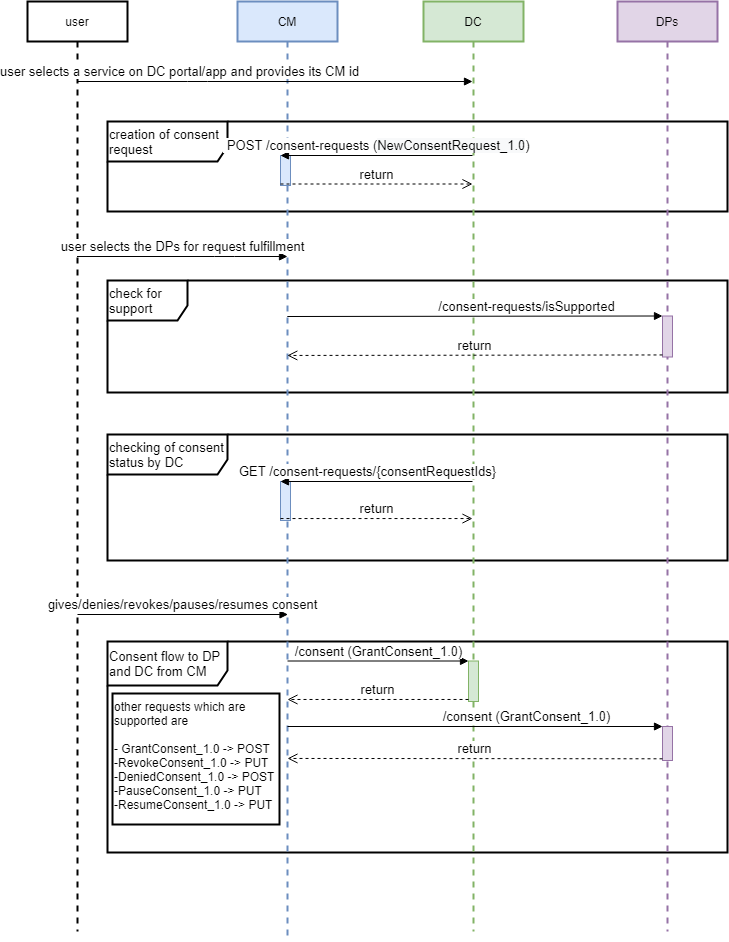
iSPIRT/DEPA keeps this draw.io diagram as seqDiagram/consentFlow.png. Above is the earlier version. Source tidied: cells renumbered, new cells last; positions are measured from the earlier drawing's top-left corner, leaving out a move shared by most shapes.
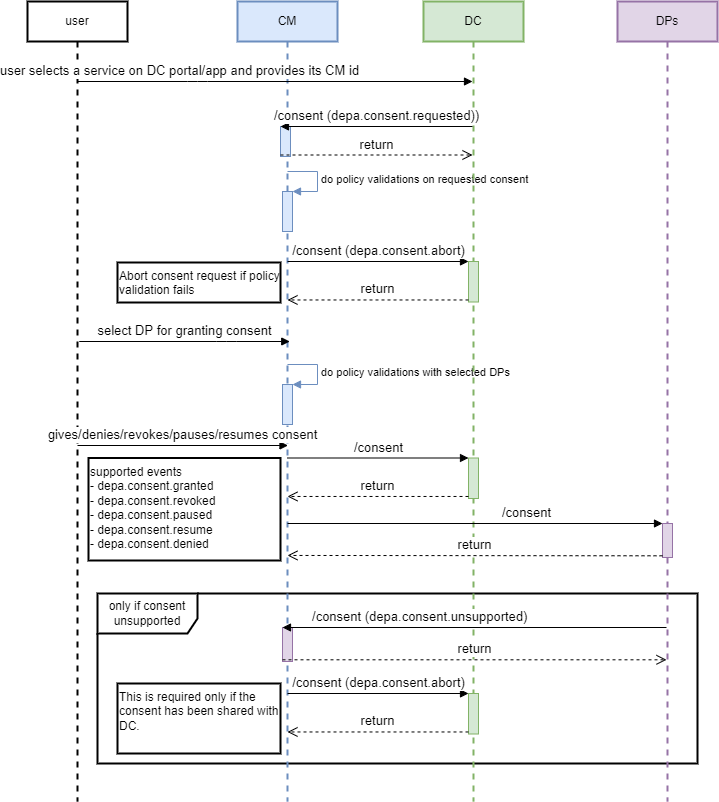
The same diagram one commit later.

Diff of the diagram source:
```diff
@@ -1,28 +1,41 @@
-<mxGraphModel>
+<mxGraphModel background="#FFFFFF">
   <root>
     <mxCell id="0" />
     <mxCell id="1" parent="0" />
-    <mxCell id="2" value="creation of consent request" style="shape=umlFrame;whiteSpace=wrap;html=1;strokeColor=#000000;strokeWidth=2;fontSize=13;align=left;width=120;height=40;" parent="1" vertex="1">
-      <mxGeometry x="80" y="120" width="620" height="90" as="geometry" />
-    </mxCell>
-    <mxCell id="3" value="checking of consent status by DC" style="shape=umlFrame;whiteSpace=wrap;html=1;strokeColor=#000000;strokeWidth=2;fontSize=13;align=left;width=120;height=40;" parent="1" vertex="1">
-      <mxGeometry x="80" y="433" width="620" height="126" as="geometry" />
-    </mxCell>
-    <mxCell id="4" value="Consent flow to DP and DC from CM" style="shape=umlFrame;whiteSpace=wrap;html=1;strokeColor=#000000;strokeWidth=2;fontSize=13;align=left;width=120;height=44;" parent="1" vertex="1">
-      <mxGeometry x="80" y="640" width="620" height="211" as="geometry" />
-    </mxCell>
-    <mxCell id="5" value="check for support" style="shape=umlFrame;whiteSpace=wrap;html=1;strokeColor=#000000;strokeWidth=2;fontSize=13;align=left;width=80;height=40;" parent="1" vertex="1">
-      <mxGeometry x="80" y="279" width="620" height="112" as="geometry" />
-    </mxCell>
+    <mxCell id="29" value="only if consent unsupported" style="shape=umlFrame;whiteSpace=wrap;html=1;width=100;height=40;strokeWidth=2;" parent="1" vertex="1">
+      <mxGeometry x="70" y="592" width="600" height="170" as="geometry" />
+    </mxCell>
     <mxCell id="6" value="user" style="shape=umlLifeline;perimeter=lifelinePerimeter;whiteSpace=wrap;html=1;strokeWidth=2;" parent="1" vertex="1">
-      <mxGeometry width="100" height="930" as="geometry" />
+      <mxGeometry width="100" height="800" as="geometry" />
     </mxCell>
     <mxCell id="7" value="CM" style="shape=umlLifeline;perimeter=lifelinePerimeter;whiteSpace=wrap;html=1;fillColor=#dae8fc;strokeColor=#6c8ebf;strokeWidth=2;" parent="1" vertex="1">
-      <mxGeometry x="210" width="100" height="940" as="geometry" />
+      <mxGeometry x="210" width="100" height="800" as="geometry" />
     </mxCell>
-    <mxCell id="8" style="html=1;points=[];perimeter=orthogonalPerimeter;fillColor=#dae8fc;strokeColor=#6c8ebf;fontSize=13;" parent="7" vertex="1">
-      <mxGeometry x="43" y="480" width="10" height="39" as="geometry" />
-    </mxCell>
+    <mxCell id="30" style="html=1;points=[];perimeter=orthogonalPerimeter;fillColor=#e1d5e7;strokeColor=#9673a6;fontSize=13;" parent="7" vertex="1">
+      <mxGeometry x="45" y="626" width="10" height="34" as="geometry" />
+    </mxCell>
+    <mxCell id="31" style="html=1;points=[];perimeter=orthogonalPerimeter;fillColor=#dae8fc;strokeColor=#6c8ebf;" parent="7" vertex="1">
+      <mxGeometry x="45" y="190" width="10" height="40" as="geometry" />
+    </mxCell>
+    <mxCell id="32" value="do policy validations on requested consent" style="edgeStyle=orthogonalEdgeStyle;html=1;align=left;spacingLeft=2;endArrow=block;rounded=0;entryX=1;entryY=0;fillColor=#dae8fc;strokeColor=#6c8ebf;" parent="7" edge="1" target="31">
+      <mxGeometry relative="1" as="geometry">
+        <mxPoint x="50" y="170" as="sourcePoint" />
+        <Array as="points">
+          <mxPoint x="80" y="170" />
+        </Array>
+      </mxGeometry>
+    </mxCell>
+    <mxCell id="33" style="html=1;points=[];perimeter=orthogonalPerimeter;fillColor=#dae8fc;strokeColor=#6c8ebf;" parent="7" vertex="1">
+      <mxGeometry x="45" y="383" width="10" height="40" as="geometry" />
+    </mxCell>
+    <mxCell id="34" value="do policy validations with selected DPs" style="edgeStyle=orthogonalEdgeStyle;html=1;align=left;spacingLeft=2;endArrow=block;rounded=0;entryX=1;entryY=0;fillColor=#dae8fc;strokeColor=#6c8ebf;" parent="7" edge="1" target="33">
+      <mxGeometry relative="1" as="geometry">
+        <mxPoint x="50" y="363" as="sourcePoint" />
+        <Array as="points">
+          <mxPoint x="80" y="363" />
+        </Array>
+      </mxGeometry>
+    </mxCell>
     <mxCell id="9" value="user selects a service on DC portal/app and provides its CM id" style="html=1;verticalAlign=bottom;endArrow=block;fontSize=13;" parent="1" edge="1">
       <mxGeometry x="-0.49" relative="1" as="geometry">
         <mxPoint x="49.8" y="80" as="sourcePoint" />
@@ -33,93 +46,112 @@
       </mxGeometry>
     </mxCell>
     <mxCell id="10" value="DC" style="shape=umlLifeline;perimeter=lifelinePerimeter;whiteSpace=wrap;html=1;fillColor=#d5e8d4;strokeColor=#82b366;strokeWidth=2;" parent="1" vertex="1">
-      <mxGeometry x="396" width="100" height="930" as="geometry" />
+      <mxGeometry x="396" width="100" height="800" as="geometry" />
     </mxCell>
-    <mxCell id="11" value="user selects the DPs for request fulfillment" style="html=1;verticalAlign=bottom;endArrow=block;fontSize=13;" parent="1" edge="1">
-      <mxGeometry relative="1" as="geometry">
-        <mxPoint x="49.5" y="255" as="sourcePoint" />
-        <mxPoint x="260" y="255" as="targetPoint" />
-        <Array as="points">
-          <mxPoint x="197" y="255" />
-        </Array>
-      </mxGeometry>
-    </mxCell>
     <mxCell id="12" value="DPs" style="shape=umlLifeline;perimeter=lifelinePerimeter;whiteSpace=wrap;html=1;fillColor=#e1d5e7;strokeColor=#9673a6;strokeWidth=2;" parent="1" vertex="1">
-      <mxGeometry x="590" width="100" height="930" as="geometry" />
+      <mxGeometry x="590" width="100" height="800" as="geometry" />
     </mxCell>
     <mxCell id="13" style="html=1;points=[];perimeter=orthogonalPerimeter;fillColor=#e1d5e7;strokeColor=#9673a6;fontSize=13;" parent="12" vertex="1">
-      <mxGeometry x="45" y="725" width="10" height="34" as="geometry" />
+      <mxGeometry x="45" y="522" width="10" height="34" as="geometry" />
     </mxCell>
     <mxCell id="14" value="gives/denies/revokes/pauses/resumes consent" style="html=1;verticalAlign=bottom;endArrow=block;fontSize=13;" parent="1" edge="1">
       <mxGeometry relative="1" as="geometry">
-        <mxPoint x="50" y="613" as="sourcePoint" />
-        <mxPoint x="260.5" y="613" as="targetPoint" />
+        <mxPoint x="50" y="444" as="sourcePoint" />
+        <mxPoint x="260.5" y="444" as="targetPoint" />
         <Array as="points">
-          <mxPoint x="197.5" y="613" />
+          <mxPoint x="197.5" y="444" />
         </Array>
       </mxGeometry>
     </mxCell>
-    <mxCell id="15" value="other requests which are supported are&lt;br style=&quot;font-size: 12px;&quot;&gt;&lt;br style=&quot;font-size: 12px;&quot;&gt;- GrantConsent_1.0 -&amp;gt; POST&lt;br style=&quot;font-size: 12px;&quot;&gt;-RevokeConsent_1.0 -&amp;gt; PUT&lt;br style=&quot;font-size: 12px;&quot;&gt;-DeniedConsent_1.0 -&amp;gt; POST&lt;br style=&quot;font-size: 12px;&quot;&gt;-PauseConsent_1.0 -&amp;gt; PUT&lt;br style=&quot;font-size: 12px;&quot;&gt;-ResumeConsent_1.0 -&amp;gt; PUT" style="text;html=1;fillColor=none;align=left;verticalAlign=top;whiteSpace=wrap;rounded=0;strokeWidth=2;strokeColor=#000000;fontSize=12;" parent="1" vertex="1">
-      <mxGeometry x="85" y="692" width="167" height="131" as="geometry" />
+    <mxCell id="15" value="supported events&lt;br style=&quot;font-size: 12px&quot;&gt;- depa.consent.granted&lt;br style=&quot;font-size: 12px&quot;&gt;- depa.consent.revoked&lt;br style=&quot;font-size: 12px&quot;&gt;- depa.consent.paused&lt;br style=&quot;font-size: 12px&quot;&gt;- depa.consent.resume&lt;br style=&quot;font-size: 12px&quot;&gt;- depa.consent.denied" style="text;html=1;fillColor=none;align=left;verticalAlign=top;whiteSpace=wrap;rounded=0;strokeWidth=2;strokeColor=#000000;fontSize=12;" parent="1" vertex="1">
+      <mxGeometry x="61" y="456.5" width="192" height="102.5" as="geometry" />
     </mxCell>
     <mxCell id="16" style="html=1;points=[];perimeter=orthogonalPerimeter;fillColor=#dae8fc;strokeColor=#6c8ebf;fontSize=13;" parent="1" vertex="1">
-      <mxGeometry x="253" y="154" width="10" height="30" as="geometry" />
+      <mxGeometry x="253" y="125" width="10" height="30" as="geometry" />
     </mxCell>
-    <mxCell id="17" value="&lt;span style=&quot;font-size: 13px;&quot;&gt;&amp;nbsp;POST /consent-requests (&lt;/span&gt;&lt;span style=&quot;font-size: 13px; text-align: left; background-color: rgb(248, 249, 250);&quot;&gt;NewConsentRequest_1.0&lt;/span&gt;&lt;span style=&quot;font-size: 13px;&quot;&gt;)&lt;/span&gt;" style="html=1;verticalAlign=bottom;endArrow=block;entryX=0;entryY=0;fontSize=13;" parent="1" edge="1" target="16">
+    <mxCell id="17" value="&lt;span style=&quot;font-size: 13px&quot;&gt;/consent (depa.consent.requested))&lt;/span&gt;" style="html=1;verticalAlign=bottom;endArrow=block;entryX=0;entryY=0;fontSize=13;" parent="1" edge="1" target="16">
       <mxGeometry relative="1" as="geometry">
-        <mxPoint x="445" y="154" as="sourcePoint" />
+        <mxPoint x="445" y="125" as="sourcePoint" />
       </mxGeometry>
     </mxCell>
     <mxCell id="18" value="return" style="html=1;verticalAlign=bottom;endArrow=open;dashed=1;endSize=8;exitX=0;exitY=0.95;fontSize=13;" parent="1" edge="1" source="16">
       <mxGeometry relative="1" as="geometry">
-        <mxPoint x="445" y="182.5" as="targetPoint" />
+        <mxPoint x="445" y="153.5" as="targetPoint" />
       </mxGeometry>
     </mxCell>
-    <mxCell id="19" style="html=1;points=[];perimeter=orthogonalPerimeter;fillColor=#e1d5e7;strokeColor=#9673a6;fontSize=13;" parent="1" vertex="1">
-      <mxGeometry x="635" y="314.5" width="10" height="41" as="geometry" />
-    </mxCell>
-    <mxCell id="20" value="&lt;span style=&quot;font-size: 13px;&quot;&gt;/consent-requests/isSupported&lt;/span&gt;" style="html=1;verticalAlign=bottom;endArrow=block;entryX=0;entryY=0;fontSize=13;" parent="1" edge="1" target="19">
-      <mxGeometry x="0.27" relative="1" as="geometry">
-        <mxPoint x="259.8" y="315" as="sourcePoint" />
-      </mxGeometry>
-    </mxCell>
-    <mxCell id="21" value="return" style="html=1;verticalAlign=bottom;endArrow=open;dashed=1;endSize=8;exitX=0;exitY=0.95;fontSize=13;" parent="1" edge="1" source="19">
-      <mxGeometry relative="1" as="geometry">
-        <mxPoint x="259.8" y="353.9" as="targetPoint" />
-      </mxGeometry>
-    </mxCell>
-    <mxCell id="22" value="&lt;span style=&quot;font-size: 13px;&quot;&gt;GET /consent-requests/{consentRequestIds}&lt;/span&gt;" style="html=1;verticalAlign=bottom;endArrow=block;entryX=0;entryY=0;fontSize=13;" parent="1" edge="1" target="8">
-      <mxGeometry x="0.09" relative="1" as="geometry">
-        <mxPoint x="445" y="480" as="sourcePoint" />
-      </mxGeometry>
-    </mxCell>
-    <mxCell id="23" value="return" style="html=1;verticalAlign=bottom;endArrow=open;dashed=1;endSize=8;exitX=0;exitY=0.95;fontSize=13;" parent="1" edge="1" source="8">
-      <mxGeometry relative="1" as="geometry">
-        <mxPoint x="445" y="517" as="targetPoint" />
-      </mxGeometry>
-    </mxCell>
-    <mxCell id="24" value="&lt;span style=&quot;font-size: 13px;&quot;&gt;/consent (GrantConsent_1.0)&lt;/span&gt;" style="html=1;verticalAlign=bottom;endArrow=block;entryX=0;entryY=0;fontSize=13;" parent="1" edge="1" target="13">
+    <mxCell id="24" value="&lt;span style=&quot;font-size: 13px&quot;&gt;/consent&lt;/span&gt;" style="html=1;verticalAlign=bottom;endArrow=block;entryX=0;entryY=0;fontSize=13;" parent="1" edge="1" target="13">
       <mxGeometry x="0.27" relative="1" as="geometry">
-        <mxPoint x="260" y="725" as="sourcePoint" />
+        <mxPoint x="260" y="522" as="sourcePoint" />
       </mxGeometry>
     </mxCell>
     <mxCell id="25" value="return" style="html=1;verticalAlign=bottom;endArrow=open;dashed=1;endSize=8;exitX=0;exitY=0.95;fontSize=13;" parent="1" edge="1" source="13">
       <mxGeometry relative="1" as="geometry">
-        <mxPoint x="260" y="757" as="targetPoint" />
+        <mxPoint x="260" y="554" as="targetPoint" />
       </mxGeometry>
     </mxCell>
     <mxCell id="26" style="html=1;points=[];perimeter=orthogonalPerimeter;fillColor=#d5e8d4;strokeColor=#82b366;fontSize=13;" parent="1" vertex="1">
-      <mxGeometry x="441" y="659.5" width="10" height="40.5" as="geometry" />
+      <mxGeometry x="441" y="456.5" width="10" height="40.5" as="geometry" />
     </mxCell>
-    <mxCell id="27" value="&lt;span style=&quot;font-size: 13px;&quot;&gt;/consent (GrantConsent_1.0)&lt;/span&gt;" style="html=1;verticalAlign=bottom;endArrow=block;entryX=0;entryY=0;fontSize=13;" parent="1" edge="1" target="26">
+    <mxCell id="27" value="&lt;span style=&quot;font-size: 13px&quot;&gt;/consent&lt;/span&gt;" style="html=1;verticalAlign=bottom;endArrow=block;entryX=0;entryY=0;fontSize=13;" parent="1" edge="1" target="26">
       <mxGeometry relative="1" as="geometry">
-        <mxPoint x="260" y="659.5" as="sourcePoint" />
+        <mxPoint x="260" y="456.5" as="sourcePoint" />
       </mxGeometry>
     </mxCell>
     <mxCell id="28" value="return" style="html=1;verticalAlign=bottom;endArrow=open;dashed=1;endSize=8;exitX=0;exitY=0.95;fontSize=13;" parent="1" edge="1" source="26">
       <mxGeometry relative="1" as="geometry">
-        <mxPoint x="260" y="698" as="targetPoint" />
+        <mxPoint x="260" y="495" as="targetPoint" />
       </mxGeometry>
     </mxCell>
+    <mxCell id="35" value="&lt;span style=&quot;font-size: 13px&quot;&gt;/consent (depa.consent.unsupported)&amp;nbsp;&lt;/span&gt;" style="html=1;verticalAlign=bottom;endArrow=block;entryX=0;entryY=0;fontSize=13;" parent="1" edge="1" target="30">
+      <mxGeometry x="0.27" relative="1" as="geometry">
+        <mxPoint x="639" y="626" as="sourcePoint" />
+      </mxGeometry>
+    </mxCell>
+    <mxCell id="36" value="return" style="html=1;verticalAlign=bottom;endArrow=open;dashed=1;endSize=8;exitX=0;exitY=0.95;fontSize=13;" parent="1" edge="1" source="30">
+      <mxGeometry relative="1" as="geometry">
+        <mxPoint x="639" y="658.3" as="targetPoint" />
+      </mxGeometry>
+    </mxCell>
+    <mxCell id="37" style="html=1;points=[];perimeter=orthogonalPerimeter;fillColor=#d5e8d4;strokeColor=#82b366;fontSize=13;" parent="1" vertex="1">
+      <mxGeometry x="441" y="692" width="10" height="40.5" as="geometry" />
+    </mxCell>
+    <mxCell id="38" value="&lt;span style=&quot;font-size: 13px&quot;&gt;/consent (depa.consent.abort)&lt;/span&gt;" style="html=1;verticalAlign=bottom;endArrow=block;entryX=0;entryY=0;fontSize=13;" parent="1" edge="1" target="37">
+      <mxGeometry relative="1" as="geometry">
+        <mxPoint x="260" y="692" as="sourcePoint" />
+      </mxGeometry>
+    </mxCell>
+    <mxCell id="39" value="return" style="html=1;verticalAlign=bottom;endArrow=open;dashed=1;endSize=8;exitX=0;exitY=0.95;fontSize=13;" parent="1" edge="1" source="37">
+      <mxGeometry relative="1" as="geometry">
+        <mxPoint x="260" y="730.5" as="targetPoint" />
+      </mxGeometry>
+    </mxCell>
+    <mxCell id="40" value="This is required only if the consent has been shared with DC." style="text;html=1;fillColor=none;align=left;verticalAlign=top;whiteSpace=wrap;rounded=0;strokeWidth=2;strokeColor=#000000;fontSize=12;" parent="1" vertex="1">
+      <mxGeometry x="90" y="682" width="163" height="70" as="geometry" />
+    </mxCell>
+    <mxCell id="41" style="html=1;points=[];perimeter=orthogonalPerimeter;fillColor=#d5e8d4;strokeColor=#82b366;fontSize=13;" parent="1" vertex="1">
+      <mxGeometry x="441" y="260" width="10" height="40.5" as="geometry" />
+    </mxCell>
+    <mxCell id="42" value="&lt;span style=&quot;font-size: 13px&quot;&gt;/consent (depa.consent.abort)&lt;/span&gt;" style="html=1;verticalAlign=bottom;endArrow=block;entryX=0;entryY=0;fontSize=13;" parent="1" edge="1" target="41">
+      <mxGeometry relative="1" as="geometry">
+        <mxPoint x="260" y="260" as="sourcePoint" />
+      </mxGeometry>
+    </mxCell>
+    <mxCell id="43" value="return" style="html=1;verticalAlign=bottom;endArrow=open;dashed=1;endSize=8;exitX=0;exitY=0.95;fontSize=13;" parent="1" edge="1" source="41">
+      <mxGeometry relative="1" as="geometry">
+        <mxPoint x="260" y="298.5" as="targetPoint" />
+      </mxGeometry>
+    </mxCell>
+    <mxCell id="44" value="Abort consent request if policy validation fails" style="text;html=1;fillColor=none;align=left;verticalAlign=top;whiteSpace=wrap;rounded=0;strokeWidth=2;strokeColor=#000000;fontSize=12;" parent="1" vertex="1">
+      <mxGeometry x="90" y="261" width="163" height="40" as="geometry" />
+    </mxCell>
+    <mxCell id="45" value="select DP for granting consent" style="html=1;verticalAlign=bottom;endArrow=block;fontSize=13;" parent="1" edge="1">
+      <mxGeometry relative="1" as="geometry">
+        <mxPoint x="51.8" y="340" as="sourcePoint" />
+        <mxPoint x="262.2" y="340" as="targetPoint" />
+        <Array as="points">
+          <mxPoint x="199.2" y="340" />
+        </Array>
+      </mxGeometry>
+    </mxCell>
   </root>
 </mxGraphModel>
```
